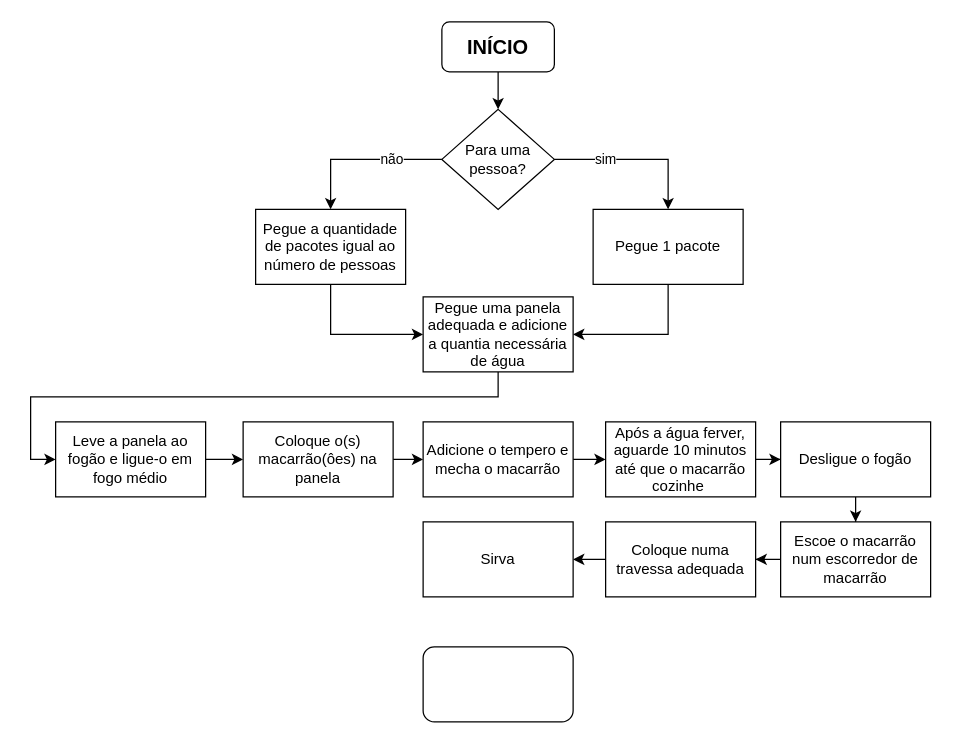
The draw.io diagram Diagrama sem nome.drawio in Luizfelippy/Cartorioebac, before the edit. Source tidied: cells renumbered, new cells numbered last; positions are measured from the earlier drawing's top-left corner, leaving out a move shared by most shapes. Both pictures are drawn from the tidied source at 125%, with x=0, y=0 at pixel (55, 21).
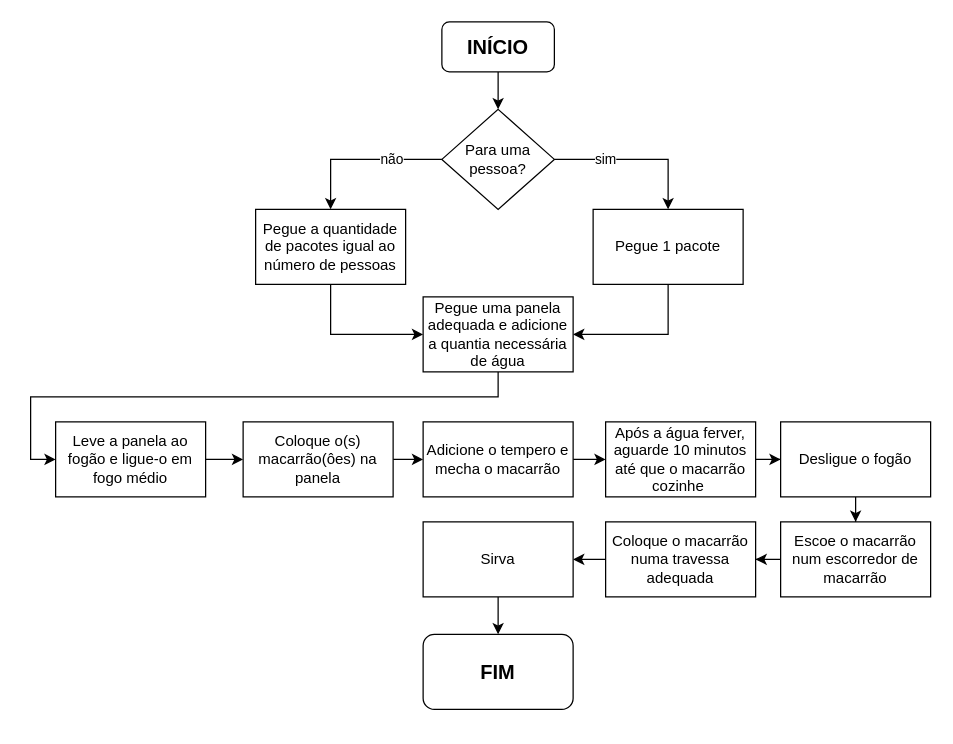
The same diagram, later.

Commit message:
Fluxograma desafio 1

Unchanged cells that the change refers to:
```xml
<mxCell id="27" value="Sirva" style="whiteSpace=wrap;html=1;rounded=0;" parent="1" vertex="1">
  <mxGeometry x="294" y="400" width="120" height="60" as="geometry" />
</mxCell>
```

What changed in the source:
```diff
@@
-    <mxCell id="26" value="Coloque numa travessa adequada" style="whiteSpace=wrap;html=1;rounded=0;" parent="1" vertex="1">
+    <mxCell id="26" value="Coloque o macarrão numa travessa adequada" style="whiteSpace=wrap;html=1;rounded=0;" parent="1" vertex="1">
       <mxGeometry x="440" y="400" width="120" height="60" as="geometry" />
     </mxCell>
+    <mxCell id="29" style="edgeStyle=orthogonalEdgeStyle;rounded=0;jettySize=auto;html=1;" parent="1" edge="1" source="27" target="28">
+      <mxGeometry relative="1" as="geometry" />
+    </mxCell>
@@
-    <mxCell id="28" style="rounded=1;whiteSpace=wrap;html=1;" parent="1" vertex="1">
-      <mxGeometry x="294" y="500" width="120" height="60" as="geometry" />
+    <mxCell id="28" value="&lt;font style=&quot;font-size: 16px;&quot;&gt;&lt;b&gt;FIM&lt;/b&gt;&lt;/font&gt;" style="rounded=1;whiteSpace=wrap;html=1;" parent="1" vertex="1">
+      <mxGeometry x="294" y="490" width="120" height="60" as="geometry" />
     </mxCell>
```
